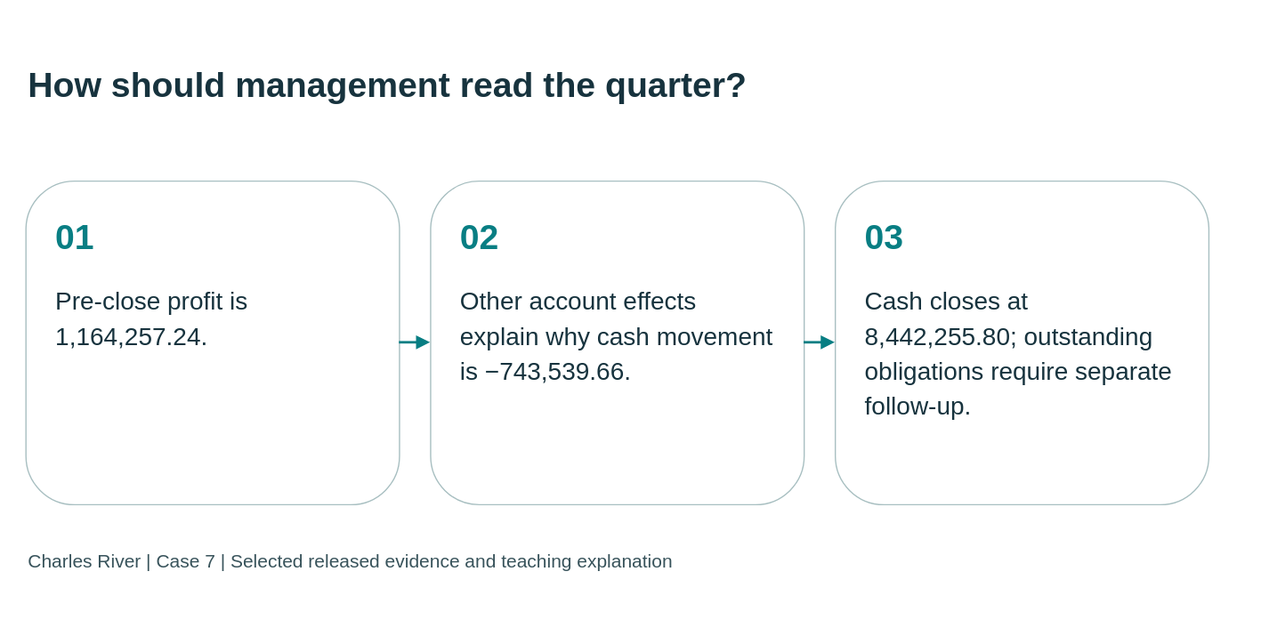
The draw.io diagram static/diagrams/cases/case07-profit-cash.svg in mmcodesso/CharlesRiver_Database, before a commit. Source tidied: cells renumbered, new cells last; positions are measured from the earlier drawing's top-left corner, leaving out a move shared by most shapes.
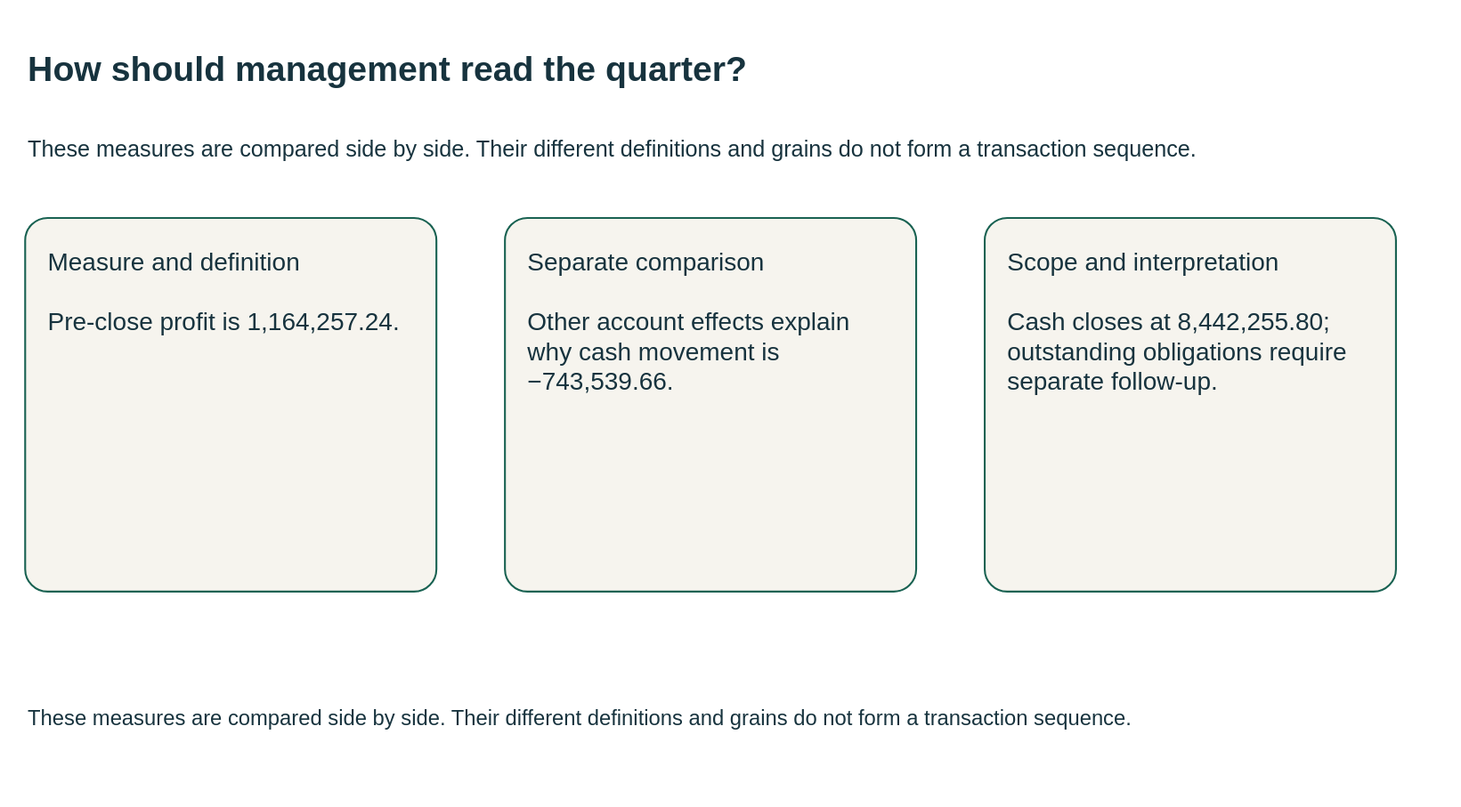
After the change.

What changed in the source:
```diff
@@ -1,27 +1,24 @@
-<mxGraphModel background="#f5f5ee">
+<mxGraphModel background="#FFFFFF">
   <root>
     <mxCell id="0" />
     <mxCell id="1" parent="0" />
-    <mxCell id="2" value="How should management read the quarter?" style="text;html=0;strokeColor=none;fillColor=none;align=left;verticalAlign=middle;whiteSpace=wrap;fontSize=28;fontStyle=1;fontColor=#17333e;fontFamily=Arial;" parent="1" vertex="1">
-      <mxGeometry width="950" height="95" as="geometry" />
+    <mxCell id="2" value="How should management read the quarter?" style="html=0;fontFamily=Arial;fontSize=20;fontColor=#17333e;strokeColor=#196252;strokeWidth=1.5;whiteSpace=wrap;text;strokeColor=none;fillColor=none;align=left;verticalAlign=middle;fontSize=28;fontStyle=1;" parent="1" vertex="1">
+      <mxGeometry y="-10" width="1110" height="70" as="geometry" />
     </mxCell>
+    <mxCell id="9" value="These measures are compared side by side. Their different definitions and grains do not form a transaction sequence." style="html=0;fontFamily=Arial;fontSize=20;fontColor=#17333e;strokeColor=#196252;strokeWidth=1.5;whiteSpace=wrap;text;strokeColor=none;fillColor=none;align=left;verticalAlign=middle;fontSize=18;fontStyle=0;" parent="1" vertex="1">
+      <mxGeometry y="62" width="1110" height="55" as="geometry" />
+    </mxCell>
-    <mxCell id="3" value="&lt;div style=&quot;font-size:28px;color:#087e83;font-weight:bold;margin-bottom:20px&quot;&gt;01&lt;/div&gt;&lt;div style=&quot;font-size:20px;line-height:1.4&quot;&gt;Pre-close profit is 1,164,257.24.&lt;/div&gt;" style="rounded=1;whiteSpace=wrap;html=1;fillColor=#ffffff;strokeColor=#a8bfc1;fontColor=#17333e;align=left;verticalAlign=top;spacing=24;fontFamily=Arial;fontSize=20;" parent="1" vertex="1">
-      <mxGeometry y="125" width="300" height="260" as="geometry" />
+    <mxCell id="3" value="Measure and definition&#10;&#10;Pre-close profit is 1,164,257.24." style="html=0;fontFamily=Arial;fontSize=20;fontColor=#17333e;strokeColor=#196252;strokeWidth=1.5;whiteSpace=wrap;rounded=1;arcSize=6;fillColor=#f6f4ee;align=left;verticalAlign=top;spacing=18;" parent="1" vertex="1">
+      <mxGeometry y="145" width="330" height="300" as="geometry" />
     </mxCell>
-    <mxCell id="4" value="&lt;div style=&quot;font-size:28px;color:#087e83;font-weight:bold;margin-bottom:20px&quot;&gt;02&lt;/div&gt;&lt;div style=&quot;font-size:20px;line-height:1.4&quot;&gt;Other account effects explain why cash movement is −743,539.66.&lt;/div&gt;" style="rounded=1;whiteSpace=wrap;html=1;fillColor=#ffffff;strokeColor=#a8bfc1;fontColor=#17333e;align=left;verticalAlign=top;spacing=24;fontFamily=Arial;fontSize=20;" parent="1" vertex="1">
-      <mxGeometry x="325" y="125" width="300" height="260" as="geometry" />
+    <mxCell id="4" value="Separate comparison&#10;&#10;Other account effects explain why cash movement is −743,539.66." style="html=0;fontFamily=Arial;fontSize=20;fontColor=#17333e;strokeColor=#196252;strokeWidth=1.5;whiteSpace=wrap;rounded=1;arcSize=6;fillColor=#f6f4ee;align=left;verticalAlign=top;spacing=18;" parent="1" vertex="1">
+      <mxGeometry x="385" y="145" width="330" height="300" as="geometry" />
     </mxCell>
-    <mxCell id="5" value="&lt;div style=&quot;font-size:28px;color:#087e83;font-weight:bold;margin-bottom:20px&quot;&gt;03&lt;/div&gt;&lt;div style=&quot;font-size:20px;line-height:1.4&quot;&gt;Cash closes at 8,442,255.80; outstanding obligations require separate follow-up.&lt;/div&gt;" style="rounded=1;whiteSpace=wrap;html=1;fillColor=#ffffff;strokeColor=#a8bfc1;fontColor=#17333e;align=left;verticalAlign=top;spacing=24;fontFamily=Arial;fontSize=20;" parent="1" vertex="1">
-      <mxGeometry x="650" y="125" width="300" height="260" as="geometry" />
+    <mxCell id="5" value="Scope and interpretation&#10;&#10;Cash closes at 8,442,255.80; outstanding obligations require separate follow-up." style="html=0;fontFamily=Arial;fontSize=20;fontColor=#17333e;strokeColor=#196252;strokeWidth=1.5;whiteSpace=wrap;rounded=1;arcSize=6;fillColor=#f6f4ee;align=left;verticalAlign=top;spacing=18;" parent="1" vertex="1">
+      <mxGeometry x="770" y="145" width="330" height="300" as="geometry" />
     </mxCell>
-    <mxCell id="6" style="edgeStyle=orthogonalEdgeStyle;rounded=0;html=1;endArrow=block;endFill=1;strokeColor=#087e83;strokeWidth=2;" parent="1" edge="1" source="3" target="4">
-      <mxGeometry relative="1" as="geometry" />
-    </mxCell>
-    <mxCell id="7" style="edgeStyle=orthogonalEdgeStyle;rounded=0;html=1;endArrow=block;endFill=1;strokeColor=#087e83;strokeWidth=2;" parent="1" edge="1" source="4" target="5">
-      <mxGeometry relative="1" as="geometry" />
-    </mxCell>
-    <mxCell id="8" value="Charles River | Case 7 | Selected released evidence and teaching explanation" style="text;html=0;strokeColor=none;fillColor=none;align=left;fontSize=15;fontColor=#38535b;fontFamily=Arial;" parent="1" vertex="1">
-      <mxGeometry y="415" width="950" height="35" as="geometry" />
+    <mxCell id="8" value="These measures are compared side by side. Their different definitions and grains do not form a transaction sequence." style="html=0;fontFamily=Arial;fontSize=20;fontColor=#17333e;strokeColor=#196252;strokeWidth=1.5;whiteSpace=wrap;text;strokeColor=none;fillColor=none;align=left;verticalAlign=middle;fontSize=17;fontStyle=0;" parent="1" vertex="1">
+      <mxGeometry y="517" width="1110" height="60" as="geometry" />
     </mxCell>
   </root>
 </mxGraphModel>
```
